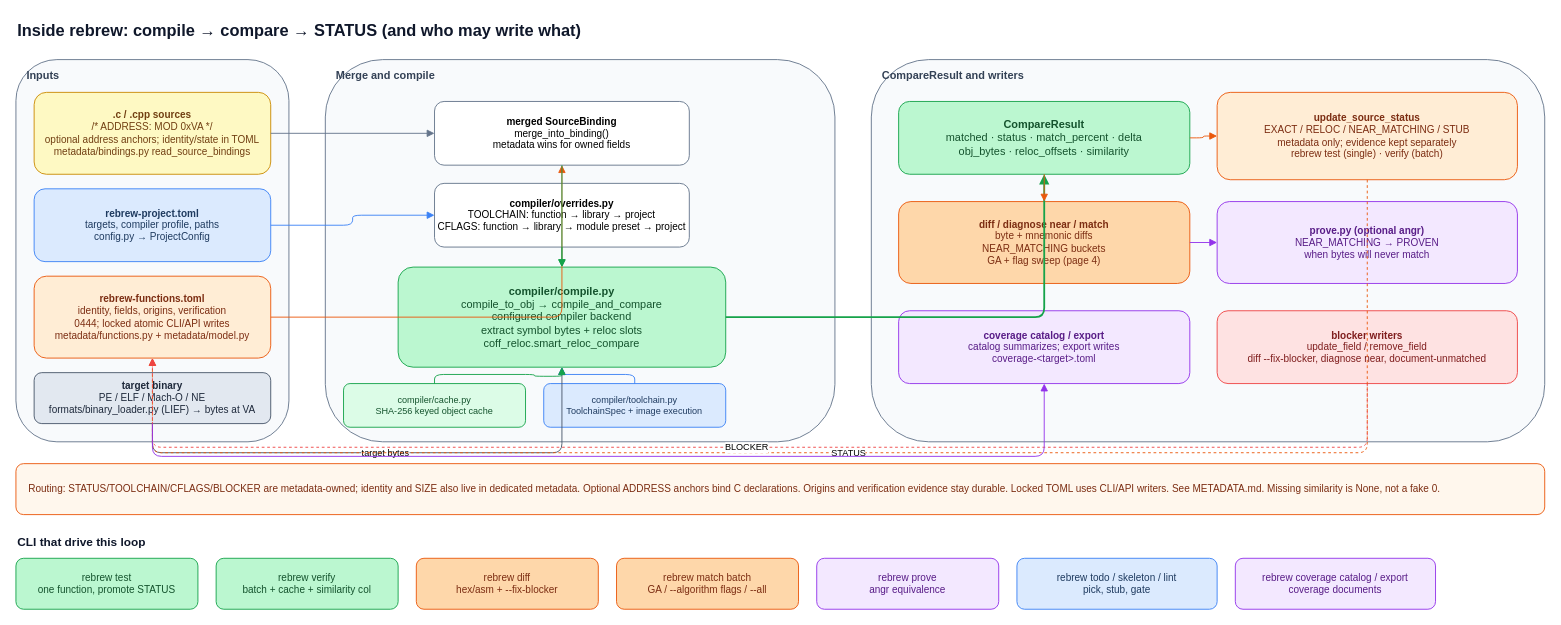
Before: page "2. Compile-compare loop" (2 of 6) of docs/architecture.drawio in maci0/rebrew, a draw.io diagram. Source tidied: cells renumbered, new cells numbered last; positions are measured from the earlier drawing's top-left corner, leaving out a move shared by most shapes. Both pictures are drawn from the tidied source at 91%, with x=0, y=0 at pixel (15, 15).
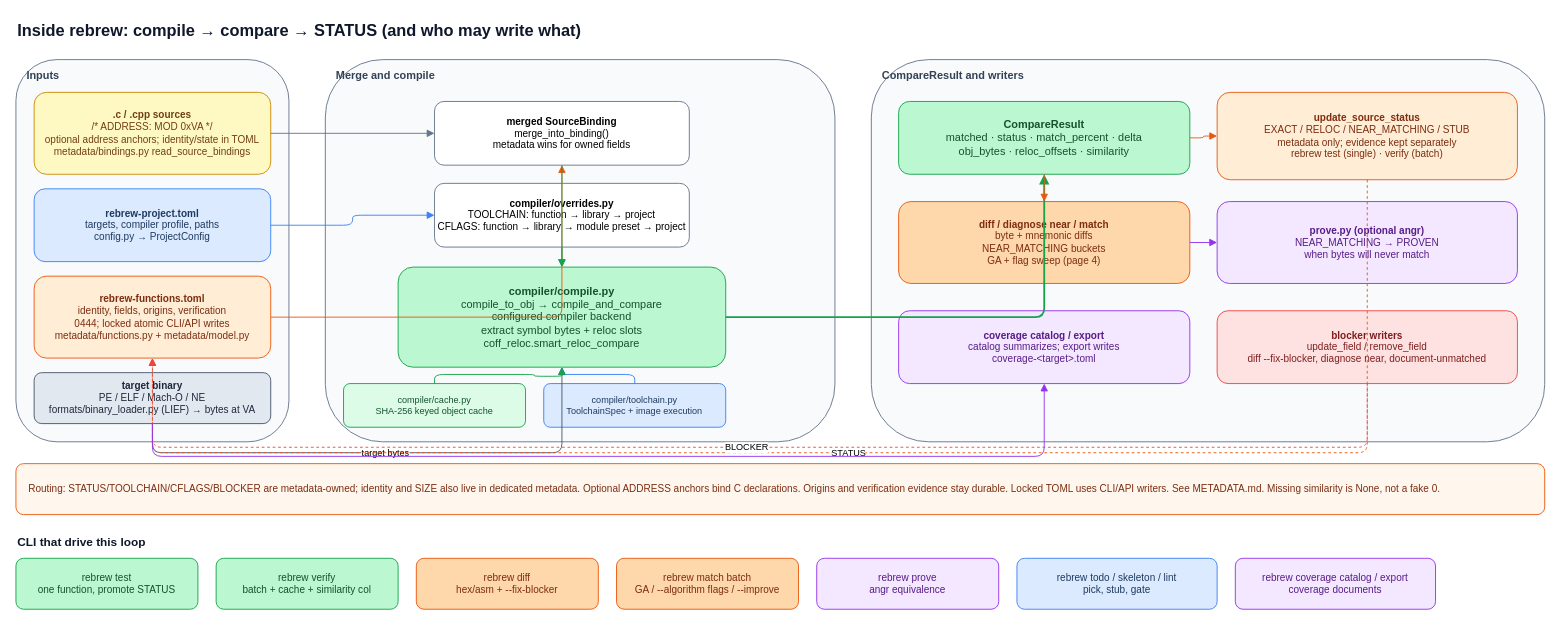
Above is the later version.

The edit, as a diff of the source:
```diff
@@
-    <mxCell id="41" value="rebrew match batch&lt;br&gt;GA / --algorithm flags / --all" style="rounded=1;whiteSpace=wrap;html=1;fillColor=#fed7aa;strokeColor=#ea580c;fontColor=#7c2d12;align=center;fontSize=11;" parent="1" vertex="1">
+    <mxCell id="41" value="rebrew match batch&lt;br&gt;GA / --algorithm flags / --improve" style="rounded=1;whiteSpace=wrap;html=1;fillColor=#fed7aa;strokeColor=#ea580c;fontColor=#7c2d12;align=center;fontSize=11;" parent="1" vertex="1">
       <mxGeometry x="660" y="596" width="200" height="56" as="geometry" />
     </mxCell>
```
